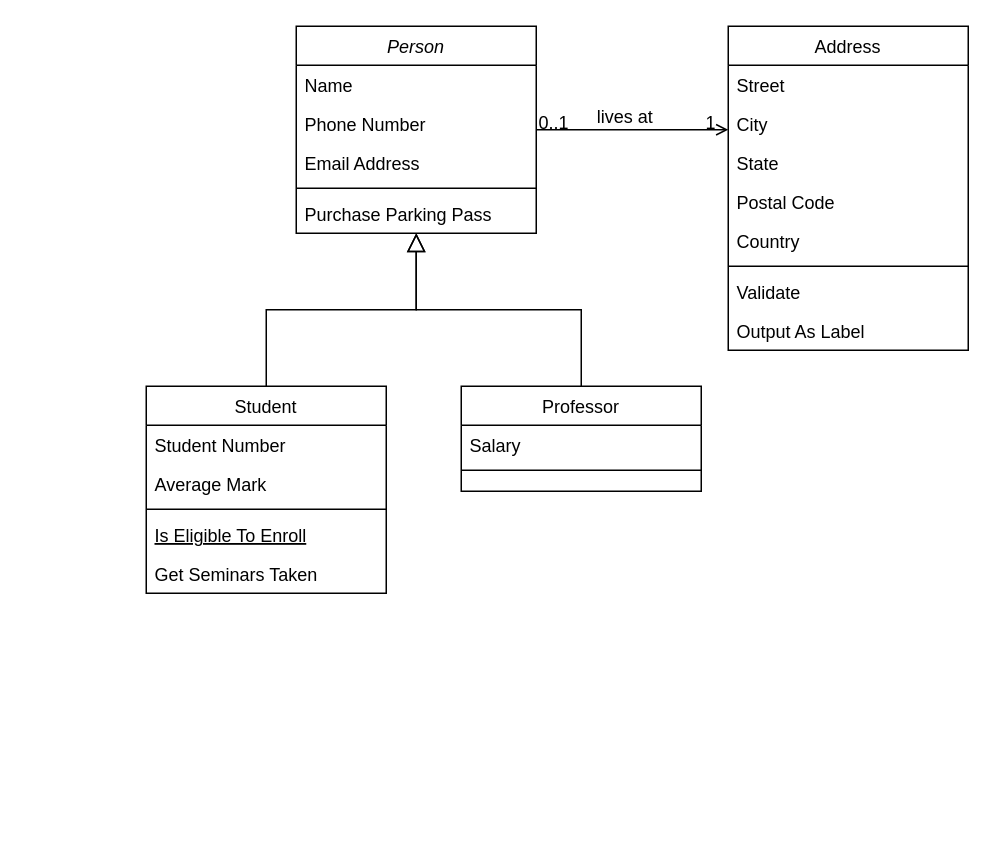
Before: doc/parser.drawio in zezosarg/bibliography-manager, a draw.io diagram. Source tidied: cells renumbered, new cells numbered last; positions are measured from the earlier drawing's top-left corner, leaving out a move shared by most shapes. Both pictures are drawn from the tidied source at 150%, with x=0, y=0 at pixel (146, 26).
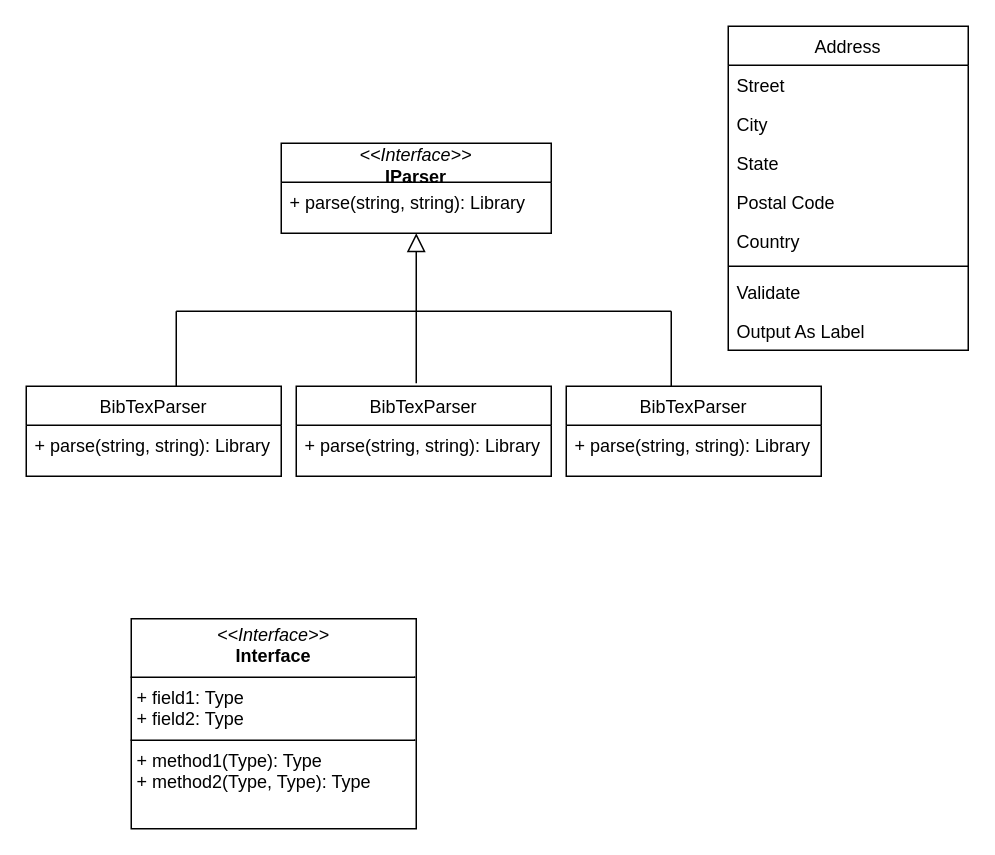
Above is the later version.

Unchanged cells that the change refers to:
```xml
<mxCell id="19" value="Address" style="swimlane;fontStyle=0;align=center;verticalAlign=top;horizontal=1;startSize=26;rounded=0;shadow=0;strokeWidth=1;" parent="1" vertex="1">
  <mxGeometry x="388" width="160" height="216" as="geometry" />
</mxCell>
```

What changed in the source:
```diff
@@
-    <mxCell id="2" value="Person" style="swimlane;fontStyle=2;align=center;verticalAlign=top;horizontal=1;startSize=26;rounded=0;shadow=0;strokeWidth=1;" parent="1" vertex="1">
-      <mxGeometry x="100" width="160" height="138" as="geometry" />
-    </mxCell>
-    <mxCell id="3" value="Name" style="text;align=left;verticalAlign=top;spacingLeft=4;spacingRight=4;overflow=hidden;" parent="2" vertex="1">
-      <mxGeometry y="26" width="160" height="26" as="geometry" />
-    </mxCell>
-    <mxCell id="4" value="Phone Number" style="text;align=left;verticalAlign=top;spacingLeft=4;spacingRight=4;overflow=hidden;rounded=0;shadow=0;html=0;" parent="2" vertex="1">
-      <mxGeometry y="52" width="160" height="26" as="geometry" />
-    </mxCell>
-    <mxCell id="5" value="Email Address" style="text;align=left;verticalAlign=top;spacingLeft=4;spacingRight=4;overflow=hidden;rounded=0;shadow=0;html=0;" parent="2" vertex="1">
-      <mxGeometry y="78" width="160" height="26" as="geometry" />
-    </mxCell>
-    <mxCell id="6" style="line;html=1;strokeWidth=1;align=left;verticalAlign=middle;spacingTop=-1;spacingLeft=3;spacingRight=3;labelPosition=right;" parent="2" vertex="1">
-      <mxGeometry y="104" width="160" height="8" as="geometry" />
-    </mxCell>
-    <mxCell id="7" value="Purchase Parking Pass" style="text;align=left;verticalAlign=top;spacingLeft=4;spacingRight=4;overflow=hidden;" parent="2" vertex="1">
-      <mxGeometry y="112" width="160" height="26" as="geometry" />
-    </mxCell>
-    <mxCell id="8" value="Student" style="swimlane;fontStyle=0;align=center;verticalAlign=top;horizontal=1;startSize=26;rounded=0;shadow=0;strokeWidth=1;" parent="1" vertex="1">
-      <mxGeometry y="240" width="160" height="138" as="geometry" />
+    <mxCell id="8" value="BibTexParser" style="swimlane;fontStyle=0;align=center;verticalAlign=top;horizontal=1;startSize=26;rounded=0;shadow=0;strokeWidth=1;" parent="1" vertex="1">
+      <mxGeometry x="-80" y="240" width="170" height="60" as="geometry" />
     </mxCell>
-    <mxCell id="9" value="Student Number" style="text;align=left;verticalAlign=top;spacingLeft=4;spacingRight=4;overflow=hidden;" parent="8" vertex="1">
-      <mxGeometry y="26" width="160" height="26" as="geometry" />
+    <mxCell id="9" value="+ parse(string, string): Library" style="text;align=left;verticalAlign=top;spacingLeft=4;spacingRight=4;overflow=hidden;" parent="8" vertex="1">
+      <mxGeometry y="26" width="170" height="26" as="geometry" />
     </mxCell>
-    <mxCell id="10" value="Average Mark" style="text;align=left;verticalAlign=top;spacingLeft=4;spacingRight=4;overflow=hidden;rounded=0;shadow=0;html=0;" parent="8" vertex="1">
-      <mxGeometry y="52" width="160" height="26" as="geometry" />
-    </mxCell>
-    <mxCell id="11" style="line;html=1;strokeWidth=1;align=left;verticalAlign=middle;spacingTop=-1;spacingLeft=3;spacingRight=3;labelPosition=right;" parent="8" vertex="1">
-      <mxGeometry y="78" width="160" height="8" as="geometry" />
-    </mxCell>
-    <mxCell id="12" value="Is Eligible To Enroll" style="text;align=left;verticalAlign=top;spacingLeft=4;spacingRight=4;overflow=hidden;fontStyle=4;" parent="8" vertex="1">
-      <mxGeometry y="86" width="160" height="26" as="geometry" />
-    </mxCell>
-    <mxCell id="13" value="Get Seminars Taken" style="text;align=left;verticalAlign=top;spacingLeft=4;spacingRight=4;overflow=hidden;" parent="8" vertex="1">
-      <mxGeometry y="112" width="160" height="26" as="geometry" />
-    </mxCell>
-    <mxCell id="14" style="endArrow=block;endSize=10;endFill=0;shadow=0;strokeWidth=1;rounded=0;curved=0;edgeStyle=elbowEdgeStyle;elbow=vertical;" parent="1" edge="1" source="8" target="2">
-      <mxGeometry relative="1" as="geometry" />
-    </mxCell>
-    <mxCell id="15" value="Professor" style="swimlane;fontStyle=0;align=center;verticalAlign=top;horizontal=1;startSize=26;rounded=0;shadow=0;strokeWidth=1;" parent="1" vertex="1">
-      <mxGeometry x="210" y="240" width="160" height="70" as="geometry" />
-    </mxCell>
-    <mxCell id="16" value="Salary" style="text;align=left;verticalAlign=top;spacingLeft=4;spacingRight=4;overflow=hidden;" parent="15" vertex="1">
-      <mxGeometry y="26" width="160" height="26" as="geometry" />
-    </mxCell>
-    <mxCell id="17" style="line;html=1;strokeWidth=1;align=left;verticalAlign=middle;spacingTop=-1;spacingLeft=3;spacingRight=3;labelPosition=right;" parent="15" vertex="1">
-      <mxGeometry y="52" width="160" height="8" as="geometry" />
-    </mxCell>
-    <mxCell id="18" style="endArrow=block;endSize=10;endFill=0;shadow=0;strokeWidth=1;rounded=0;curved=0;edgeStyle=elbowEdgeStyle;elbow=vertical;" parent="1" edge="1" source="15" target="2">
-      <mxGeometry relative="1" as="geometry" />
-    </mxCell>
@@
-    <mxCell id="28" style="endArrow=open;shadow=0;strokeWidth=1;rounded=0;curved=0;endFill=1;edgeStyle=elbowEdgeStyle;elbow=vertical;" parent="1" edge="1" source="2" target="19">
-      <mxGeometry x="0.5" y="41" relative="1" as="geometry">
-        <mxPoint x="-40" y="32" as="offset" />
-      </mxGeometry>
-    </mxCell>
-    <mxCell id="29" value="0..1" style="align=left;verticalAlign=bottom;labelBackgroundColor=none;fontSize=12;" parent="28" vertex="1">
-      <mxGeometry x="-1" relative="1" as="geometry">
-        <mxPoint y="4" as="offset" />
-      </mxGeometry>
-    </mxCell>
-    <mxCell id="30" value="1" style="align=right;verticalAlign=bottom;labelBackgroundColor=none;fontSize=12;" parent="28" vertex="1">
-      <mxGeometry x="1" relative="1" as="geometry">
-        <mxPoint x="-7" y="4" as="offset" />
-      </mxGeometry>
-    </mxCell>
-    <mxCell id="31" value="lives at" style="text;html=1;align=center;verticalAlign=middle;labelBackgroundColor=none;rounded=0;shadow=0;strokeWidth=1;fontSize=12;" parent="28" vertex="1">
-      <mxGeometry x="0.5" y="49" relative="1" as="geometry">
-        <mxPoint x="-38" y="40" as="offset" />
-      </mxGeometry>
-    </mxCell>
+    <mxCell id="32" value="BibTexParser" style="swimlane;fontStyle=0;align=center;verticalAlign=top;horizontal=1;startSize=26;rounded=0;shadow=0;strokeWidth=1;" parent="1" vertex="1">
+      <mxGeometry x="100" y="240" width="170" height="60" as="geometry" />
+    </mxCell>
+    <mxCell id="33" value="+ parse(string, string): Library" style="text;align=left;verticalAlign=top;spacingLeft=4;spacingRight=4;overflow=hidden;" parent="32" vertex="1">
+      <mxGeometry y="26" width="170" height="26" as="geometry" />
+    </mxCell>
+    <mxCell id="34" value="BibTexParser" style="swimlane;fontStyle=0;align=center;verticalAlign=top;horizontal=1;startSize=26;rounded=0;shadow=0;strokeWidth=1;" parent="1" vertex="1">
+      <mxGeometry x="280" y="240" width="170" height="60" as="geometry" />
+    </mxCell>
+    <mxCell id="35" value="+ parse(string, string): Library" style="text;align=left;verticalAlign=top;spacingLeft=4;spacingRight=4;overflow=hidden;" parent="34" vertex="1">
+      <mxGeometry y="26" width="170" height="26" as="geometry" />
+    </mxCell>
+    <mxCell id="36" style="endArrow=block;endSize=10;endFill=0;shadow=0;strokeWidth=1;rounded=0;curved=0;edgeStyle=elbowEdgeStyle;elbow=vertical;" parent="1" edge="1">
+      <mxGeometry relative="1" as="geometry">
+        <mxPoint x="180" y="238" as="sourcePoint" />
+        <mxPoint x="180" y="138" as="targetPoint" />
+      </mxGeometry>
+    </mxCell>
+    <mxCell id="37" style="endArrow=none;html=1;rounded=0;" parent="1" edge="1">
+      <mxGeometry relative="1" as="geometry">
+        <mxPoint x="20" y="190" as="sourcePoint" />
+        <mxPoint x="350" y="190" as="targetPoint" />
+      </mxGeometry>
+    </mxCell>
+    <mxCell id="38" style="endArrow=none;html=1;rounded=0;" parent="1" edge="1">
+      <mxGeometry relative="1" as="geometry">
+        <mxPoint x="350" y="240" as="sourcePoint" />
+        <mxPoint x="350" y="190" as="targetPoint" />
+      </mxGeometry>
+    </mxCell>
+    <mxCell id="39" style="endArrow=none;html=1;rounded=0;" parent="1" edge="1">
+      <mxGeometry relative="1" as="geometry">
+        <mxPoint x="20" y="240" as="sourcePoint" />
+        <mxPoint x="20" y="190" as="targetPoint" />
+      </mxGeometry>
+    </mxCell>
+    <mxCell id="40" value="&lt;p style=&quot;margin:0px;margin-top:4px;text-align:center;&quot;&gt;&lt;i&gt;&amp;lt;&amp;lt;Interface&amp;gt;&amp;gt;&lt;/i&gt;&lt;br/&gt;&lt;b&gt;Interface&lt;/b&gt;&lt;/p&gt;&lt;hr size=&quot;1&quot; style=&quot;border-style:solid;&quot;/&gt;&lt;p style=&quot;margin:0px;margin-left:4px;&quot;&gt;+ field1: Type&lt;br/&gt;+ field2: Type&lt;/p&gt;&lt;hr size=&quot;1&quot; style=&quot;border-style:solid;&quot;/&gt;&lt;p style=&quot;margin:0px;margin-left:4px;&quot;&gt;+ method1(Type): Type&lt;br/&gt;+ method2(Type, Type): Type&lt;/p&gt;" style="verticalAlign=top;align=left;overflow=fill;html=1;whiteSpace=wrap;" parent="1" vertex="1">
+      <mxGeometry x="-10" y="395" width="190" height="140" as="geometry" />
+    </mxCell>
+    <mxCell id="41" value="&lt;p style=&quot;margin:0px;margin-top:4px;text-align:center;&quot;&gt;&lt;i&gt;&amp;lt;&amp;lt;Interface&amp;gt;&amp;gt;&lt;/i&gt;&lt;br&gt;&lt;b&gt;IParser&lt;/b&gt;&lt;/p&gt;" style="swimlane;fontStyle=0;horizontal=1;startSize=26;fillColor=none;whiteSpace=wrap;html=1;" parent="1" vertex="1">
+      <mxGeometry x="90" y="78" width="180" height="60" as="geometry" />
+    </mxCell>
+    <mxCell id="42" value="+ parse(string, string): Library" style="text;align=left;verticalAlign=top;spacingLeft=4;spacingRight=4;overflow=hidden;" parent="41" vertex="1">
+      <mxGeometry y="26" width="180" height="34" as="geometry" />
+    </mxCell>
```
